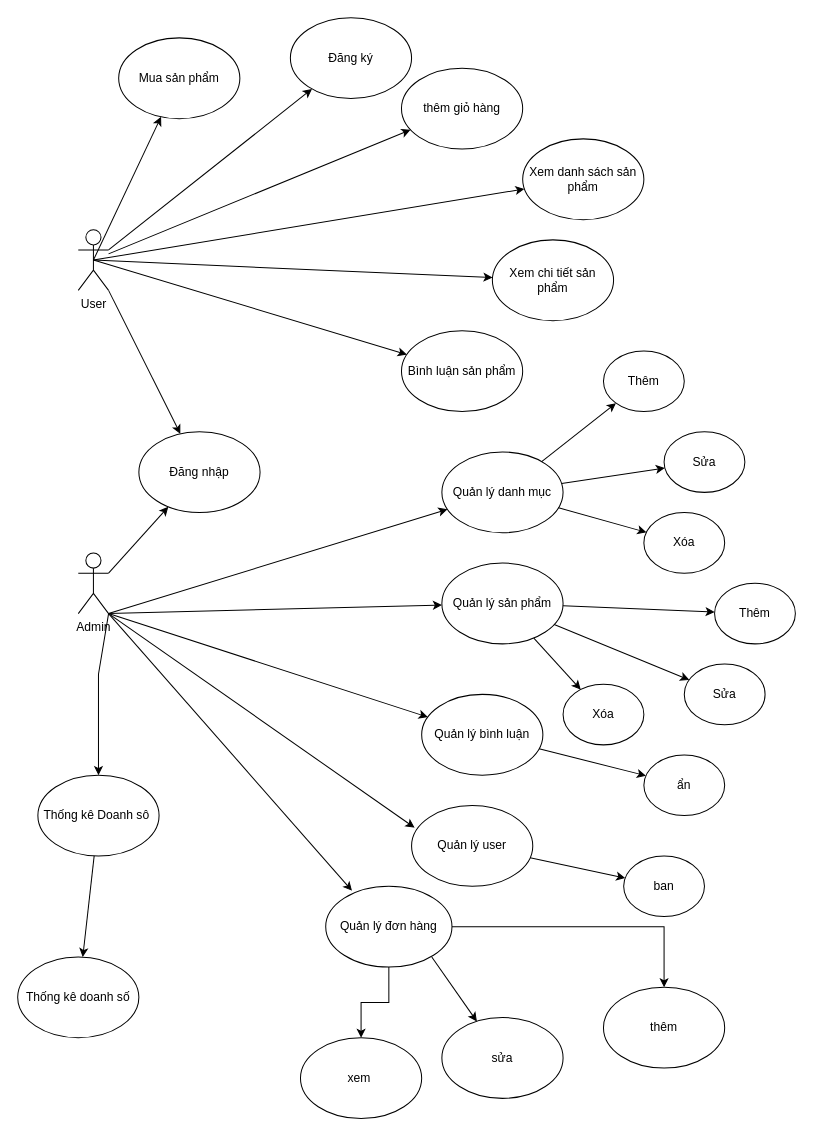
Before: page "Page-2" (2 of 3) of du_an1.drawio in faha24/Shop_dien_tu, a draw.io diagram. Source tidied: cells renumbered, new cells numbered last; positions are measured from the earlier drawing's top-left corner, leaving out a move shared by most shapes. Both pictures are drawn from the tidied source at 101%, with x=0, y=0 at pixel (17, 17).
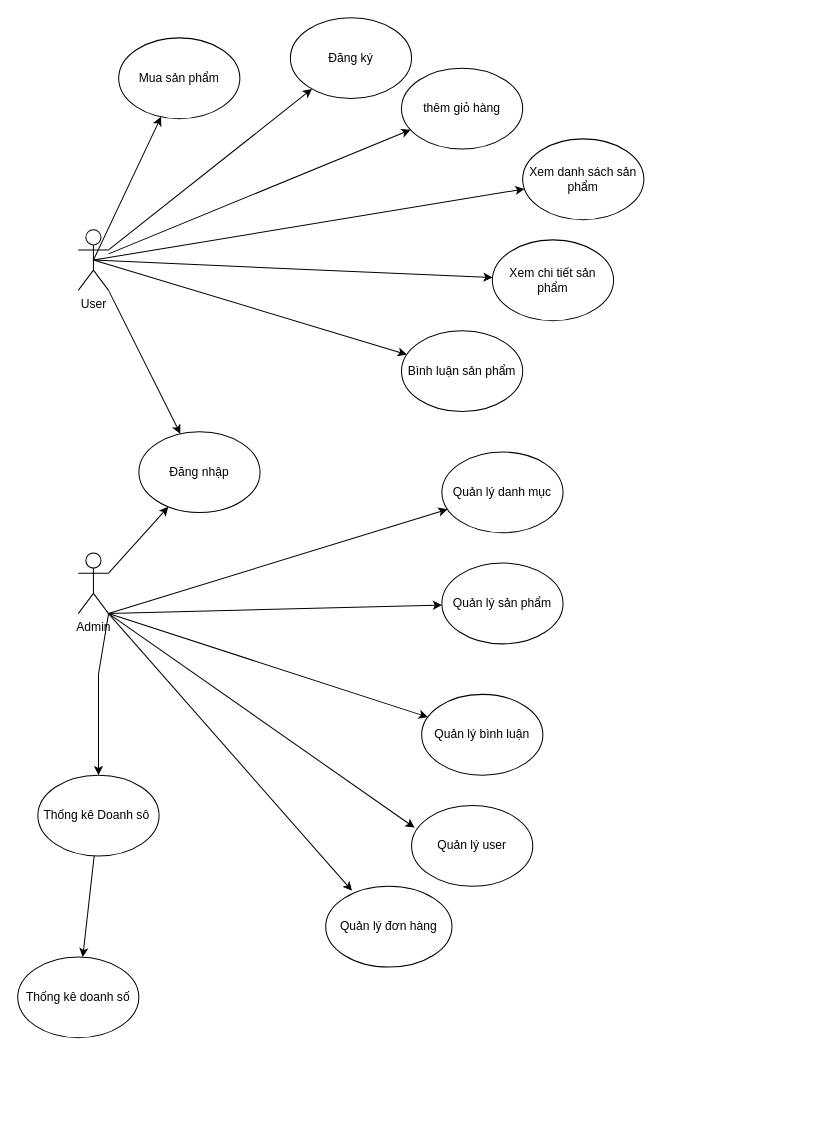
The same diagram, later.

Unchanged cells that the change refers to:
```xml
<mxCell id="15" value="Quản lý danh mục" style="ellipse;whiteSpace=wrap;html=1;" parent="1" vertex="1">
  <mxGeometry x="420" y="430" width="120" height="80" as="geometry" />
</mxCell>
<mxCell id="16" value="Quản lý sản phẩm" style="ellipse;whiteSpace=wrap;html=1;" parent="1" vertex="1">
  <mxGeometry x="420" y="540" width="120" height="80" as="geometry" />
</mxCell>
<mxCell id="17" value="Quản lý user" style="ellipse;whiteSpace=wrap;html=1;" parent="1" vertex="1">
  <mxGeometry x="390" y="780" width="120" height="80" as="geometry" />
</mxCell>
<mxCell id="18" value="Quản lý bình luận" style="ellipse;whiteSpace=wrap;html=1;" parent="1" vertex="1">
  <mxGeometry x="400" y="670" width="120" height="80" as="geometry" />
</mxCell>
<mxCell id="45" value="Quản lý đơn hàng" style="ellipse;whiteSpace=wrap;html=1;" parent="1" vertex="1">
  <mxGeometry x="305" y="860" width="125" height="80" as="geometry" />
</mxCell>
```

Change to the diagram source:
```diff
@@
-    <mxCell id="25" value="Thêm" style="ellipse;whiteSpace=wrap;html=1;" parent="1" vertex="1">
-      <mxGeometry x="580" y="330" width="80" height="60" as="geometry" />
-    </mxCell>
-    <mxCell id="26" value="Sửa" style="ellipse;whiteSpace=wrap;html=1;" parent="1" vertex="1">
-      <mxGeometry x="640" y="410" width="80" height="60" as="geometry" />
-    </mxCell>
-    <mxCell id="27" value="Xóa" style="ellipse;whiteSpace=wrap;html=1;" parent="1" vertex="1">
-      <mxGeometry x="620" y="490" width="80" height="60" as="geometry" />
-    </mxCell>
-    <mxCell id="28" style="endArrow=classic;html=1;rounded=0;" parent="1" edge="1" source="15" target="25">
-      <mxGeometry relative="1" as="geometry" />
-    </mxCell>
-    <mxCell id="29" style="endArrow=classic;html=1;rounded=0;" parent="1" edge="1" source="15" target="26">
-      <mxGeometry relative="1" as="geometry" />
-    </mxCell>
-    <mxCell id="30" style="endArrow=classic;html=1;rounded=0;" parent="1" edge="1" source="15" target="27">
-      <mxGeometry relative="1" as="geometry" />
-    </mxCell>
-    <mxCell id="31" value="ban" style="ellipse;whiteSpace=wrap;html=1;" parent="1" vertex="1">
-      <mxGeometry x="600" y="830" width="80" height="60" as="geometry" />
-    </mxCell>
-    <mxCell id="32" style="endArrow=classic;html=1;rounded=0;" parent="1" edge="1" source="17" target="31">
-      <mxGeometry relative="1" as="geometry" />
-    </mxCell>
-    <mxCell id="33" value="Thêm" style="ellipse;whiteSpace=wrap;html=1;" parent="1" vertex="1">
-      <mxGeometry x="690" y="560" width="80" height="60" as="geometry" />
-    </mxCell>
-    <mxCell id="34" value="Sửa" style="ellipse;whiteSpace=wrap;html=1;" parent="1" vertex="1">
-      <mxGeometry x="660" y="640" width="80" height="60" as="geometry" />
-    </mxCell>
-    <mxCell id="35" value="Xóa" style="ellipse;whiteSpace=wrap;html=1;" parent="1" vertex="1">
-      <mxGeometry x="540" y="660" width="80" height="60" as="geometry" />
-    </mxCell>
-    <mxCell id="36" style="endArrow=classic;html=1;rounded=0;" parent="1" edge="1" source="16" target="33">
-      <mxGeometry relative="1" as="geometry" />
-    </mxCell>
-    <mxCell id="37" style="endArrow=classic;html=1;rounded=0;" parent="1" edge="1" source="16" target="34">
-      <mxGeometry relative="1" as="geometry" />
-    </mxCell>
-    <mxCell id="38" style="endArrow=classic;html=1;rounded=0;" parent="1" edge="1" source="16" target="35">
-      <mxGeometry relative="1" as="geometry" />
-    </mxCell>
-    <mxCell id="39" value="ẩn" style="ellipse;whiteSpace=wrap;html=1;" parent="1" vertex="1">
-      <mxGeometry x="620" y="730" width="80" height="60" as="geometry" />
-    </mxCell>
-    <mxCell id="40" style="endArrow=classic;html=1;rounded=0;" parent="1" edge="1" source="18" target="39">
-      <mxGeometry relative="1" as="geometry" />
-    </mxCell>
@@
-    <mxCell id="43" style="edgeStyle=orthogonalEdgeStyle;rounded=0;jettySize=auto;html=1;entryX=0.5;entryY=0;entryDx=0;entryDy=0;" parent="1" edge="1" source="45" target="47">
-      <mxGeometry relative="1" as="geometry" />
-    </mxCell>
-    <mxCell id="44" style="edgeStyle=orthogonalEdgeStyle;rounded=0;jettySize=auto;html=1;entryX=0.5;entryY=0;entryDx=0;entryDy=0;" parent="1" edge="1" source="45" target="50">
-      <mxGeometry relative="1" as="geometry" />
-    </mxCell>
@@
-    <mxCell id="47" value="xem&amp;nbsp;" style="ellipse;whiteSpace=wrap;html=1;" parent="1" vertex="1">
-      <mxGeometry x="280" y="1010" width="120" height="80" as="geometry" />
-    </mxCell>
-    <mxCell id="48" value="sửa" style="ellipse;whiteSpace=wrap;html=1;" parent="1" vertex="1">
-      <mxGeometry x="420" y="990" width="120" height="80" as="geometry" />
-    </mxCell>
-    <mxCell id="49" style="endArrow=classic;html=1;rounded=0;" parent="1" edge="1" target="48">
-      <mxGeometry relative="1" as="geometry">
-        <mxPoint x="410" y="930" as="sourcePoint" />
-      </mxGeometry>
-    </mxCell>
-    <mxCell id="50" value="thêm" style="ellipse;whiteSpace=wrap;html=1;align=center;" parent="1" vertex="1">
-      <mxGeometry x="580" y="960" width="120" height="80" as="geometry" />
-    </mxCell>
```
